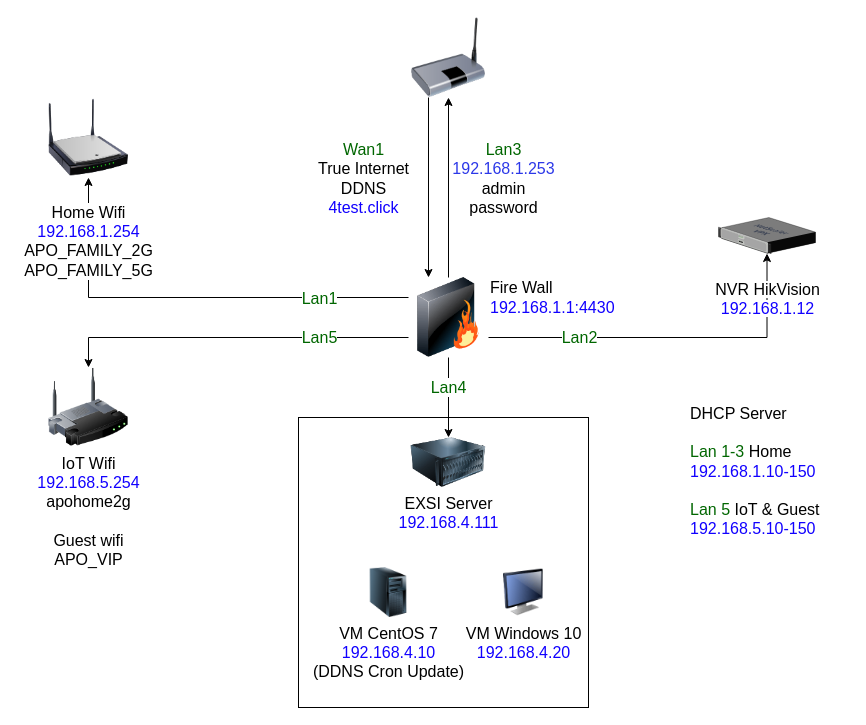
This is network.drawio from armkiti/testgit, a draw.io file, before an edit. Source tidied: cells renumbered, new cells numbered last; positions are measured from the earlier drawing's top-left corner, leaving out a move shared by most shapes. Both pictures are drawn from the tidied source at 100%, with x=0, y=0 at pixel (48, 17).
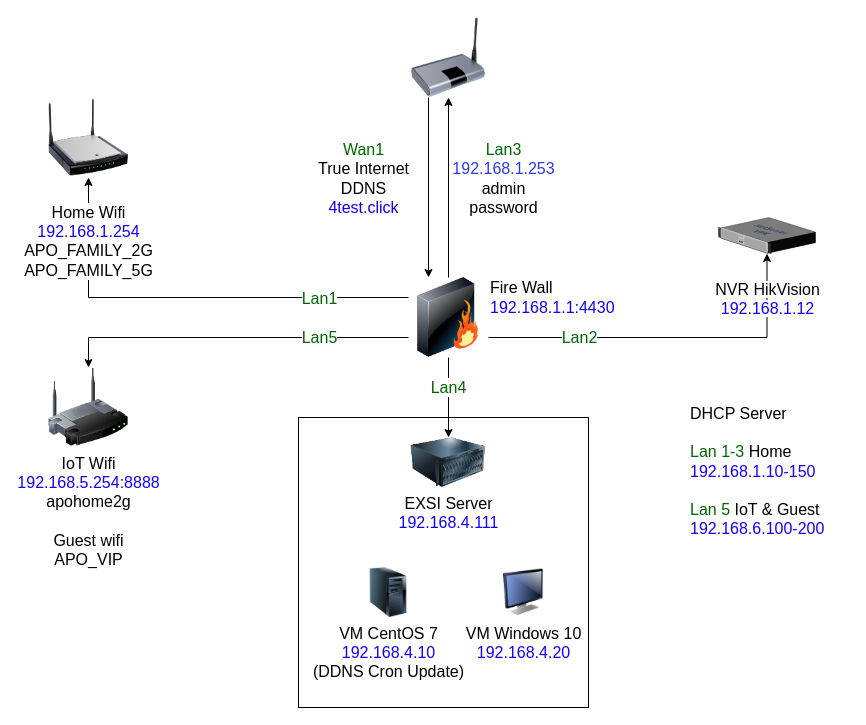
Above is the later version.

Diff of the diagram source:
```diff
@@
 <mxGraphModel>
   <root>
     <mxCell id="0" />
     <mxCell id="1" parent="0" />
     <mxCell id="2" style="whiteSpace=wrap;html=1;fillColor=none;fontSize=16;" parent="1" vertex="1">
       <mxGeometry x="250" y="400" width="290" height="290" as="geometry" />
     </mxCell>
     <mxCell id="3" style="edgeStyle=orthogonalEdgeStyle;rounded=0;jettySize=auto;html=1;fontSize=16;exitX=0;exitY=0.25;exitDx=0;exitDy=0;" parent="1" edge="1" source="9" target="12">
       <mxGeometry relative="1" as="geometry" />
     </mxCell>
     <mxCell id="4" value="Lan1" style="edgeLabel;html=1;align=center;verticalAlign=middle;fontSize=16;fontColor=#006600;" parent="3" vertex="1">
       <mxGeometry x="-0.1" y="1" relative="1" as="geometry">
         <mxPoint x="108" y="-1" as="offset" />
       </mxGeometry>
     </mxCell>
     <mxCell id="5" value="&lt;font color=&quot;#006600&quot;&gt;Lan4&lt;br&gt;&lt;/font&gt;" style="edgeStyle=none;rounded=0;jettySize=auto;html=1;fontSize=16;" parent="1" edge="1" source="9" target="13">
       <mxGeometry x="-0.25" relative="1" as="geometry" />
     </mxCell>
     <mxCell id="6" value="Lan2" style="edgeStyle=orthogonalEdgeStyle;rounded=0;jettySize=auto;html=1;exitX=1;exitY=0.75;exitDx=0;exitDy=0;fontSize=16;fontColor=#006600;" parent="1" edge="1" source="9" target="17">
       <mxGeometry x="-0.5" relative="1" as="geometry" />
     </mxCell>
     <mxCell id="7" value="&lt;font color=&quot;#006600&quot;&gt;Lan3&lt;/font&gt;&lt;br&gt;&lt;font color=&quot;#2c38e8&quot;&gt;192.168.1.253&lt;/font&gt;&lt;br&gt;admin&lt;br&gt;password" style="edgeStyle=orthogonalEdgeStyle;rounded=0;jettySize=auto;html=1;exitX=0.5;exitY=0;exitDx=0;exitDy=0;entryX=0.5;entryY=1;entryDx=0;entryDy=0;fontSize=16;" parent="1" edge="1" source="9" target="11">
       <mxGeometry x="0.1" y="-55" relative="1" as="geometry" />
     </mxCell>
     <mxCell id="8" value="Lan5" style="edgeStyle=orthogonalEdgeStyle;rounded=0;jettySize=auto;html=1;exitX=0;exitY=0.75;exitDx=0;exitDy=0;entryX=0.5;entryY=0;entryDx=0;entryDy=0;fontSize=16;fontColor=#006600;" parent="1" edge="1" source="9" target="16">
       <mxGeometry x="-0.49" relative="1" as="geometry" />
     </mxCell>
     <mxCell id="9" value="Fire Wall&lt;br&gt;&lt;font color=&quot;#1100ff&quot;&gt;192.168.1.1:4430&lt;/font&gt;" style="image;html=1;labelBackgroundColor=#ffffff;image=img/lib/clip_art/networking/Firewall_128x128.png;rounded=1;shadow=0;comic=0;strokeWidth=2;fontSize=16;labelPosition=right;verticalLabelPosition=middle;align=left;verticalAlign=middle;spacingTop=-41;" parent="1" vertex="1">
       <mxGeometry x="360" y="260" width="80" height="80" as="geometry" />
     </mxCell>
     <mxCell id="10" value="&lt;font color=&quot;#006600&quot;&gt;Wan1&lt;/font&gt;&lt;br&gt;True Internet&lt;br&gt;DDNS &lt;br&gt;&lt;font color=&quot;#1100ff&quot;&gt;4test.click&lt;/font&gt;" style="edgeStyle=orthogonalEdgeStyle;rounded=0;jettySize=auto;html=1;exitX=0.25;exitY=1;exitDx=0;exitDy=0;entryX=0.25;entryY=0;entryDx=0;entryDy=0;fontSize=16;" parent="1" edge="1" source="11" target="9">
       <mxGeometry x="-0.1" y="-65" relative="1" as="geometry" />
     </mxCell>
     <mxCell id="11" style="image;html=1;image=img/lib/clip_art/networking/Bridge_128x128.png;fontSize=12;spacingTop=31;" parent="1" vertex="1">
       <mxGeometry x="360" width="80" height="80" as="geometry" />
     </mxCell>
     <mxCell id="12" value="&lt;font style=&quot;font-size: 16px;&quot;&gt;Home Wifi &lt;br style=&quot;font-size: 16px;&quot;&gt;&lt;font color=&quot;#1100ff&quot;&gt;192.168.1.254&lt;/font&gt;&lt;br style=&quot;font-size: 16px;&quot;&gt;APO_FAMILY_2G&lt;br style=&quot;font-size: 16px;&quot;&gt;APO_FAMILY_5G&lt;/font&gt;" style="image;html=1;image=img/lib/clip_art/networking/Wireless_Router_N_128x128.png;fontSize=16;spacingTop=19;" parent="1" vertex="1">
       <mxGeometry y="80" width="80" height="80" as="geometry" />
     </mxCell>
     <mxCell id="13" value="EXSI Server&lt;br style=&quot;font-size: 16px;&quot;&gt;&lt;font color=&quot;#1100ff&quot;&gt;192.168.4.111&lt;/font&gt;" style="image;html=1;image=img/lib/clip_art/computers/Server_128x128.png;fontSize=16;" parent="1" vertex="1">
       <mxGeometry x="345" y="420" width="110" height="50" as="geometry" />
     </mxCell>
     <mxCell id="14" value="VM Windows 10&lt;br style=&quot;font-size: 16px;&quot;&gt;&lt;font color=&quot;#1100ff&quot;&gt;192.168.4.20&lt;/font&gt;" style="image;html=1;image=img/lib/clip_art/computers/Monitor_128x128.png;fillColor=none;fontSize=16;" parent="1" vertex="1">
       <mxGeometry x="455" y="550" width="40" height="50" as="geometry" />
     </mxCell>
     <mxCell id="15" value="VM CentOS 7&lt;br style=&quot;font-size: 16px;&quot;&gt;&lt;font color=&quot;#1100ff&quot;&gt;192.168.4.10&lt;/font&gt;&lt;br&gt;(DDNS Cron Update)" style="image;html=1;image=img/lib/clip_art/computers/Server_Tower_128x128.png;fillColor=none;fontSize=16;" parent="1" vertex="1">
       <mxGeometry x="320" y="550" width="40" height="50" as="geometry" />
     </mxCell>
-    <mxCell id="16" value="IoT Wifi &lt;br&gt;&lt;font color=&quot;#1100ff&quot;&gt;192.168.5.254&lt;/font&gt;&lt;br style=&quot;font-size: 16px;&quot;&gt;apohome2g&lt;br style=&quot;font-size: 16px;&quot;&gt;&lt;br style=&quot;font-size: 16px;&quot;&gt;Guest wifi&lt;br style=&quot;font-size: 16px;&quot;&gt;APO_VIP" style="image;html=1;image=img/lib/clip_art/networking/Wireless_Router_128x128.png;fontSize=16;fillColor=none;" parent="1" vertex="1">
+    <mxCell id="16" value="IoT Wifi &lt;br&gt;&lt;font color=&quot;#1100ff&quot;&gt;192.168.5.254:8888&lt;/font&gt;&lt;br style=&quot;font-size: 16px;&quot;&gt;apohome2g&lt;br style=&quot;font-size: 16px;&quot;&gt;&lt;br style=&quot;font-size: 16px;&quot;&gt;Guest wifi&lt;br style=&quot;font-size: 16px;&quot;&gt;APO_VIP" style="image;html=1;image=img/lib/clip_art/networking/Wireless_Router_128x128.png;fontSize=16;fillColor=none;" parent="1" vertex="1">
       <mxGeometry y="350" width="80" height="80" as="geometry" />
     </mxCell>
     <mxCell id="17" value="&lt;span style=&quot;background-color: rgb(255, 255, 255);&quot;&gt;NVR HikVision&lt;br&gt;&lt;font color=&quot;#1100ff&quot;&gt;192.168.1.12&lt;/font&gt;&lt;/span&gt;" style="verticalLabelPosition=bottom;sketch=0;html=1;verticalAlign=top;strokeColor=none;align=center;outlineConnect=0;shape=mxgraph.citrix.netscaler_vpx;fontSize=16;spacingTop=20;" parent="1" vertex="1">
       <mxGeometry x="670" y="200" width="97" height="36" as="geometry" />
     </mxCell>
-    <mxCell id="18" value="&lt;font color=&quot;#000000&quot;&gt;DHCP Server&lt;br&gt;&lt;/font&gt;&lt;br&gt;Lan 1-3 &lt;font color=&quot;#000000&quot;&gt;Home&lt;/font&gt;&lt;br&gt;&lt;font color=&quot;#1100ff&quot;&gt;192.168.1.10-150&lt;/font&gt;&lt;br&gt;&lt;br&gt;Lan 5 &lt;font color=&quot;#000000&quot;&gt;IoT &amp;amp; Guest&lt;/font&gt;&lt;br&gt;&lt;font color=&quot;#1100ff&quot;&gt;192.168.5.10-150&lt;/font&gt;" style="text;html=1;strokeColor=none;fillColor=none;align=left;verticalAlign=top;whiteSpace=wrap;rounded=0;fontSize=16;fontColor=#006600;horizontal=1;" parent="1" vertex="1">
+    <mxCell id="18" value="&lt;font color=&quot;#000000&quot;&gt;DHCP Server&lt;br&gt;&lt;/font&gt;&lt;br&gt;Lan 1-3 &lt;font color=&quot;#000000&quot;&gt;Home&lt;/font&gt;&lt;br&gt;&lt;font color=&quot;#1100ff&quot;&gt;192.168.1.10-150&lt;/font&gt;&lt;br&gt;&lt;br&gt;Lan 5 &lt;font color=&quot;#000000&quot;&gt;IoT &amp;amp; Guest&lt;/font&gt;&lt;br&gt;&lt;font color=&quot;#1100ff&quot;&gt;192.168.6.100-200&lt;/font&gt;" style="text;html=1;strokeColor=none;fillColor=none;align=left;verticalAlign=top;whiteSpace=wrap;rounded=0;fontSize=16;fontColor=#006600;horizontal=1;" parent="1" vertex="1">
       <mxGeometry x="640" y="380" width="160" height="141" as="geometry" />
     </mxCell>
   </root>
 </mxGraphModel>
```
